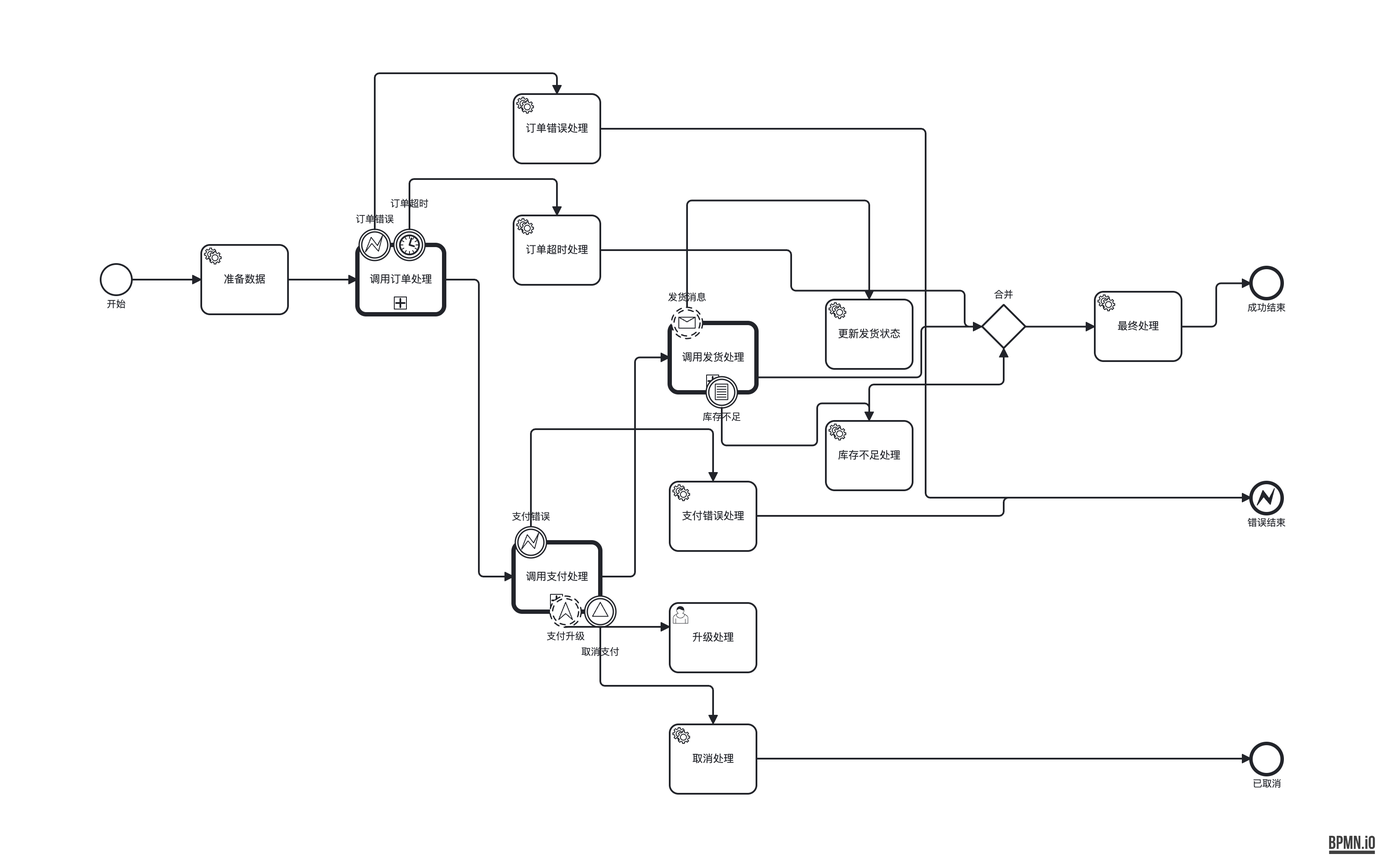
Earlier version of the BPMN export out-bpmn-png/23-call-activity-boundary.png (LcpMarvel/tramito-layout). Its source is kept beside it as out-xml/23-call-activity-boundary.bpmn. Ids are renumbered.
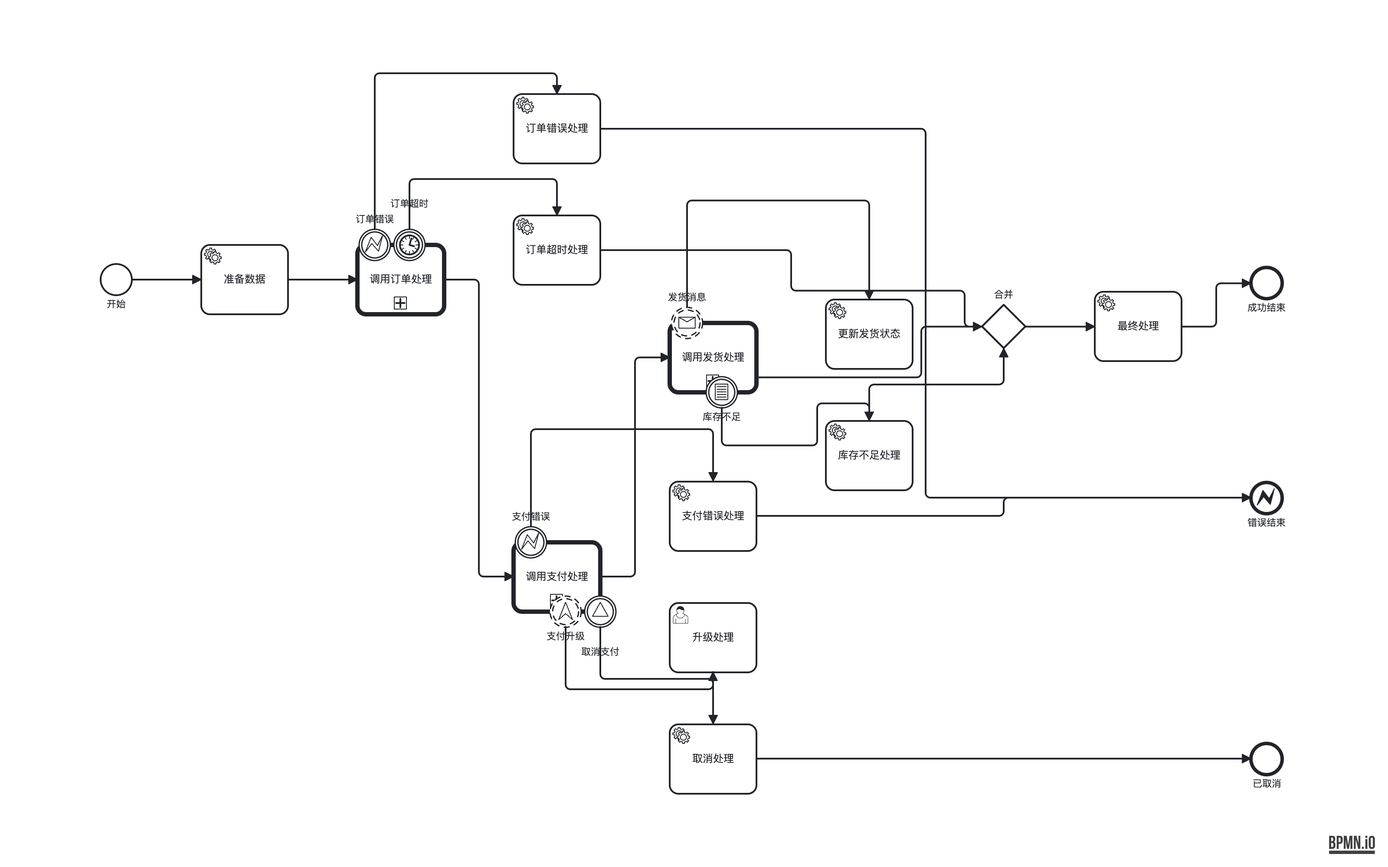
Above is the later version.

Change to the diagram source:
```diff
@@ -311,12 +311,15 @@
       </bpmndi:BPMNEdge>
       <bpmndi:BPMNEdge id="flow_payment_escalation_di" bpmnElement="flow_payment_escalation">
         <di:waypoint x="598" y="646.5" />
-        <di:waypoint x="718" y="646.5" />
+        <di:waypoint x="598" y="704.5" />
+        <di:waypoint x="598" y="718.5" />
+        <di:waypoint x="768" y="718.5" />
+        <di:waypoint x="768" y="698.5" />
       </bpmndi:BPMNEdge>
       <bpmndi:BPMNEdge id="flow_payment_cancel_di" bpmnElement="flow_payment_cancel">
         <di:waypoint x="638" y="646.5" />
-        <di:waypoint x="638" y="714.5" />
-        <di:waypoint x="768" y="714.5" />
+        <di:waypoint x="638" y="706.5" />
+        <di:waypoint x="768" y="706.5" />
         <di:waypoint x="768" y="758.5" />
       </bpmndi:BPMNEdge>
       <bpmndi:BPMNEdge id="flow_cancel_to_end_di" bpmnElement="flow_cancel_to_end">
```
